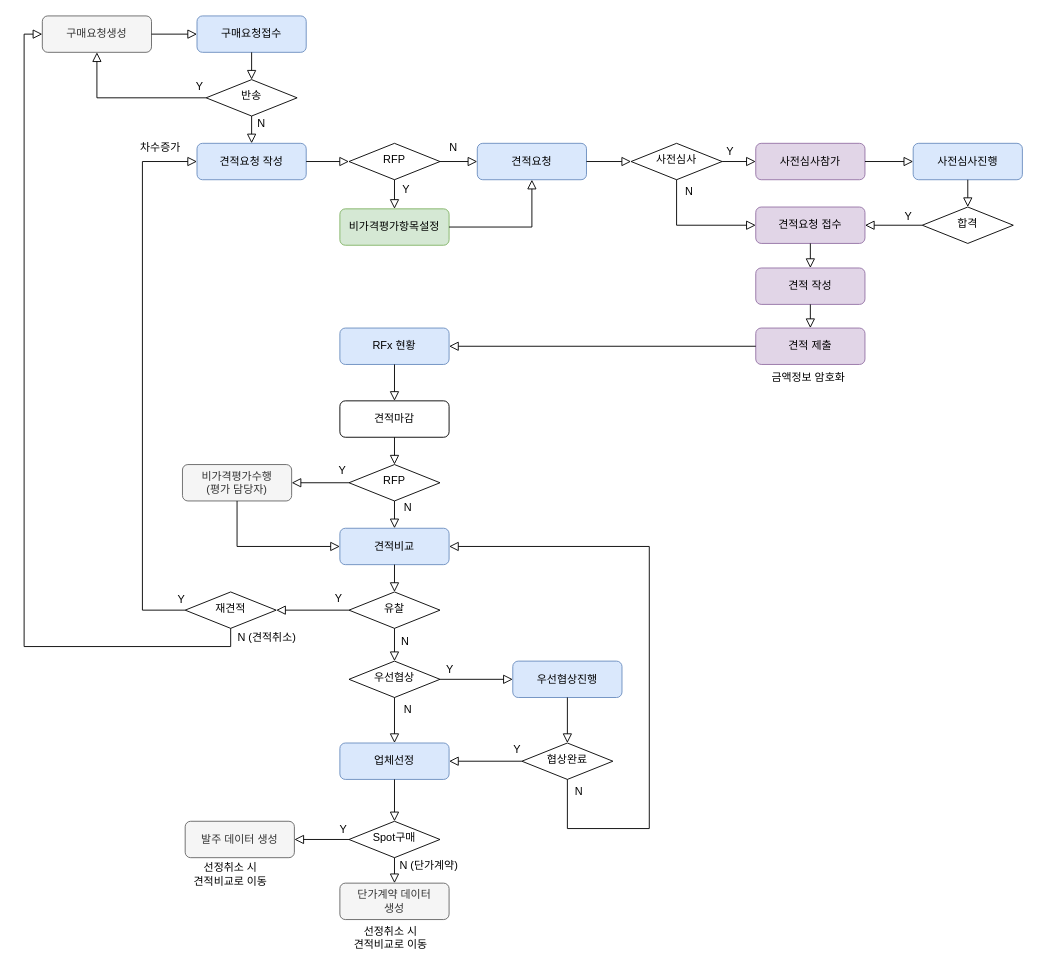
This is RFx.drawio from kisspa-source/draw, a draw.io file, before an edit. Source tidied: cells renumbered, new cells numbered last; positions are measured from the earlier drawing's top-left corner, leaving out a move shared by most shapes. Both pictures are drawn from the tidied source at 91%, with x=0, y=0 at pixel (42, 15).
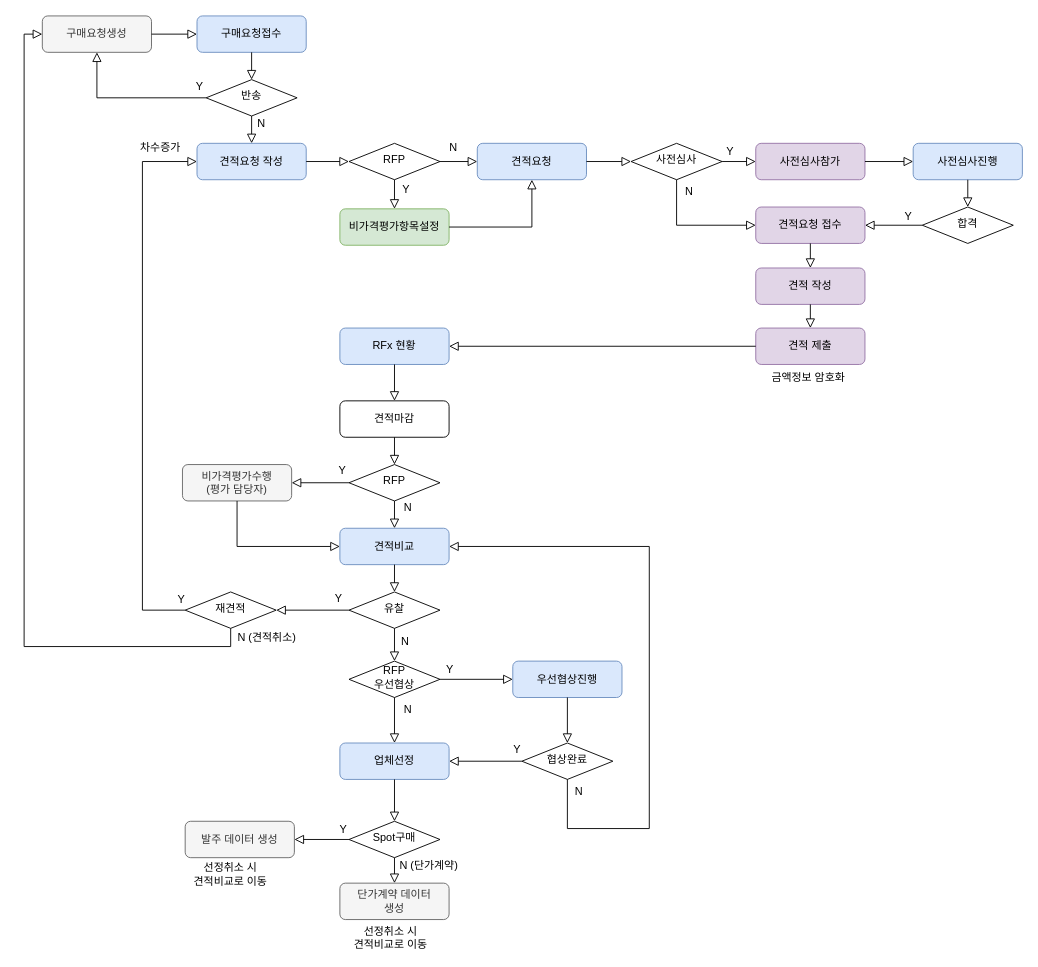
The same page after the edit.

Change to the diagram source:
```diff
@@
-    <mxCell id="67" value="우선협상" style="rhombus;whiteSpace=wrap;html=1;shadow=0;fontFamily=Helvetica;fontSize=12;align=center;strokeWidth=1;spacing=6;spacingTop=-4;" parent="1" vertex="1">
+    <mxCell id="67" value="RFP&lt;br&gt;우선협상" style="rhombus;whiteSpace=wrap;html=1;shadow=0;fontFamily=Helvetica;fontSize=12;align=center;strokeWidth=1;spacing=6;spacingTop=-4;" parent="1" vertex="1">
       <mxGeometry x="337" y="709" width="100" height="40" as="geometry" />
     </mxCell>
```
